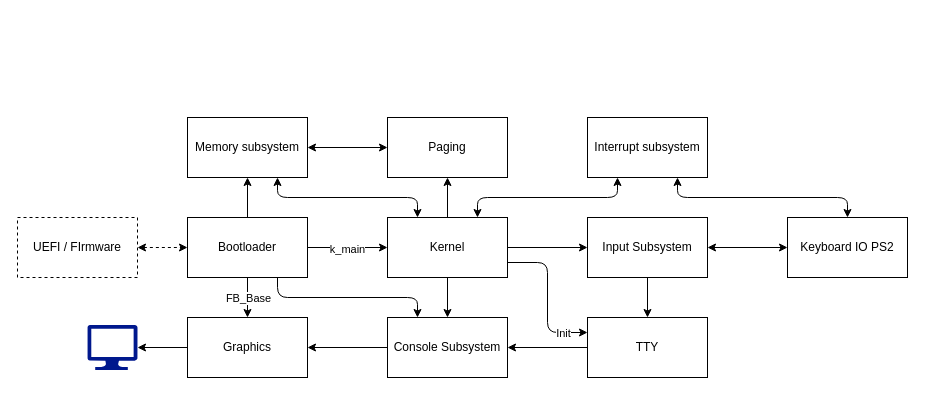
The draw.io diagram systems.dio in TheBigBlockPC/CustomOS_x86, before the edit. Source tidied: cells renumbered, new cells numbered last; positions are measured from the earlier drawing's top-left corner, leaving out a move shared by most shapes. Both pictures are drawn from the tidied source at 100%, with x=0, y=0 at pixel (17, 117).
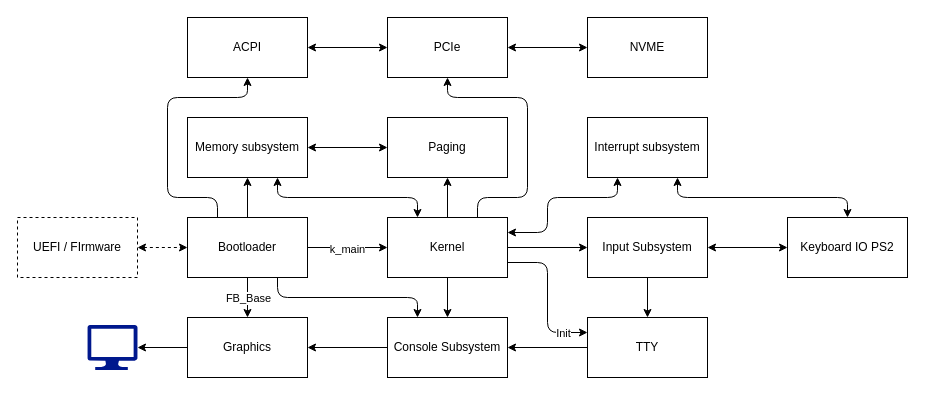
Above is the later version.

Commit message (it also covers changes not shown here):
nvme init

The change refers to these unchanged cells:
```xml
<mxCell id="2" value="Bootloader" style="rounded=0;whiteSpace=wrap;html=1;" parent="1" vertex="1">
  <mxGeometry x="170" y="100" width="120" height="60" as="geometry" />
</mxCell>
<mxCell id="11" value="Kernel" style="rounded=0;whiteSpace=wrap;html=1;" parent="1" vertex="1">
  <mxGeometry x="370" y="100" width="120" height="60" as="geometry" />
</mxCell>
<mxCell id="32" value="Interrupt subsystem" style="rounded=0;whiteSpace=wrap;html=1;" parent="1" vertex="1">
  <mxGeometry x="570" width="120" height="60" as="geometry" />
</mxCell>
```

What changed in the source:
```diff
@@
-    <mxCell id="33" style="endArrow=classic;startArrow=classic;html=1;exitX=0.75;exitY=0;exitDx=0;exitDy=0;entryX=0.25;entryY=1;entryDx=0;entryDy=0;" parent="1" edge="1" source="11" target="32">
+    <mxCell id="33" style="endArrow=classic;startArrow=classic;html=1;exitX=1;exitY=0.25;exitDx=0;exitDy=0;entryX=0.25;entryY=1;entryDx=0;entryDy=0;" parent="1" edge="1" source="11" target="32">
       <mxGeometry relative="1" as="geometry">
         <Array as="points">
-          <mxPoint x="460" y="80" />
+          <mxPoint x="530" y="115" />
+          <mxPoint x="530" y="80" />
           <mxPoint x="600" y="80" />
         </Array>
       </mxGeometry>
     </mxCell>
@@
+    <mxCell id="35" value="ACPI" style="rounded=0;whiteSpace=wrap;html=1;" parent="1" vertex="1">
+      <mxGeometry x="170" y="-100" width="120" height="60" as="geometry" />
+    </mxCell>
+    <mxCell id="36" value="PCIe" style="rounded=0;whiteSpace=wrap;html=1;" parent="1" vertex="1">
+      <mxGeometry x="370" y="-100" width="120" height="60" as="geometry" />
+    </mxCell>
+    <mxCell id="37" style="endArrow=classic;startArrow=classic;html=1;exitX=1;exitY=0.5;exitDx=0;exitDy=0;entryX=0;entryY=0.5;entryDx=0;entryDy=0;" parent="1" edge="1" source="35" target="36">
+      <mxGeometry relative="1" as="geometry" />
+    </mxCell>
+    <mxCell id="38" style="endArrow=classic;html=1;exitX=0.25;exitY=0;exitDx=0;exitDy=0;entryX=0.5;entryY=1;entryDx=0;entryDy=0;" parent="1" edge="1" source="2" target="35">
+      <mxGeometry relative="1" as="geometry">
+        <Array as="points">
+          <mxPoint x="200" y="80" />
+          <mxPoint x="150" y="80" />
+          <mxPoint x="150" y="-20" />
+          <mxPoint x="230" y="-20" />
+        </Array>
+      </mxGeometry>
+    </mxCell>
+    <mxCell id="39" style="endArrow=classic;html=1;exitX=0.75;exitY=0;exitDx=0;exitDy=0;entryX=0.5;entryY=1;entryDx=0;entryDy=0;" parent="1" edge="1" source="11" target="36">
+      <mxGeometry relative="1" as="geometry">
+        <Array as="points">
+          <mxPoint x="460" y="80" />
+          <mxPoint x="510" y="80" />
+          <mxPoint x="510" y="-20" />
+          <mxPoint x="430" y="-20" />
+        </Array>
+      </mxGeometry>
+    </mxCell>
+    <mxCell id="40" value="NVME" style="rounded=0;whiteSpace=wrap;html=1;" parent="1" vertex="1">
+      <mxGeometry x="570" y="-100" width="120" height="60" as="geometry" />
+    </mxCell>
+    <mxCell id="41" style="endArrow=classic;startArrow=classic;html=1;exitX=1;exitY=0.5;exitDx=0;exitDy=0;entryX=0;entryY=0.5;entryDx=0;entryDy=0;" parent="1" edge="1" source="36" target="40">
+      <mxGeometry relative="1" as="geometry" />
+    </mxCell>
```
